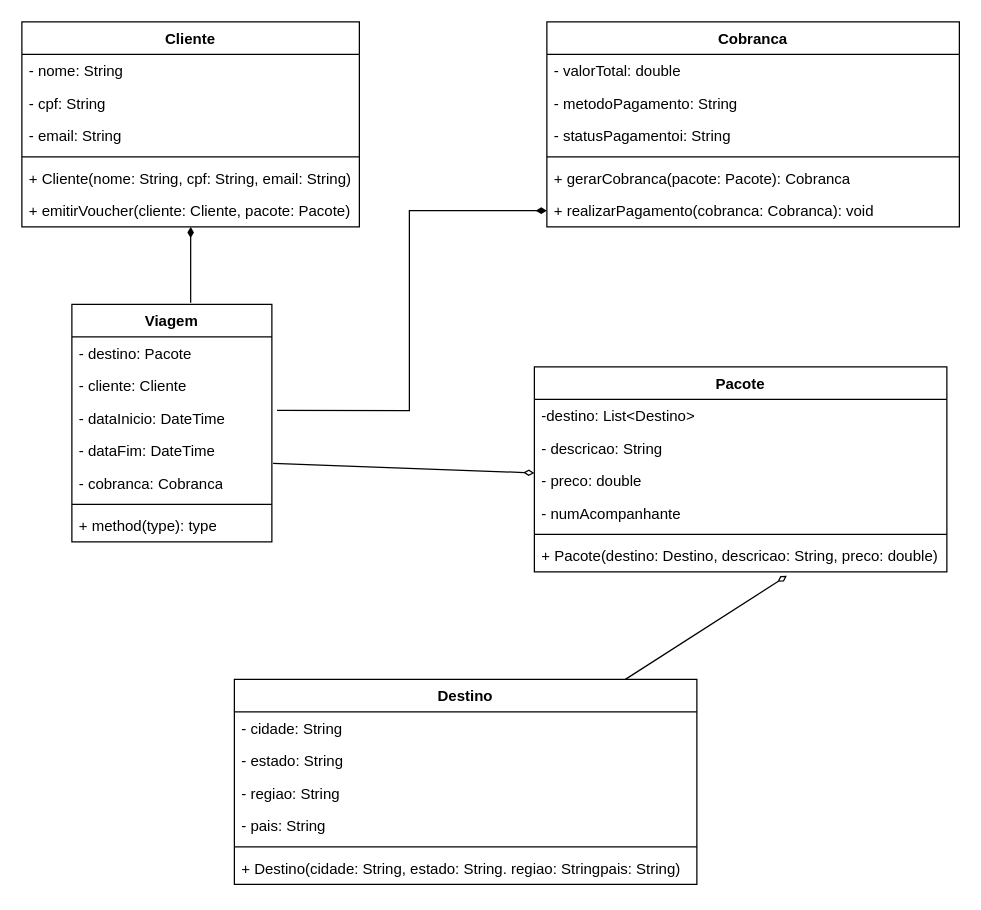
Earlier version of the draw.io diagram diagrams/exe_10_sistema_de_viagem.drawio (jonathanvmelo/-devs2blu). Source tidied: cells renumbered, new cells numbered last; positions are measured from the earlier drawing's top-left corner, leaving out a move shared by most shapes. Both pictures are drawn from the tidied source at 125%, with x=0, y=0 at pixel (21, 21).
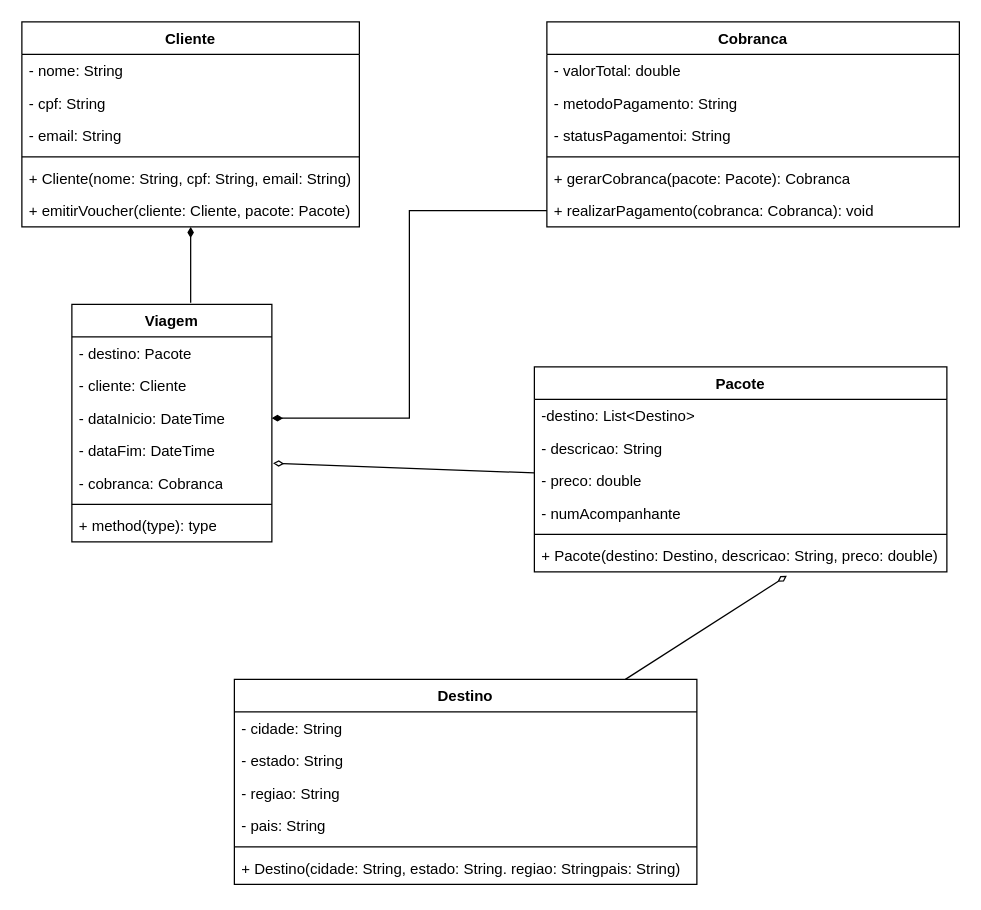
After the change.

The change refers to these unchanged cells:
```xml
<mxCell id="21" value="- preco: double" style="text;strokeColor=none;fillColor=none;align=left;verticalAlign=top;spacingLeft=4;spacingRight=4;overflow=hidden;points=[[0,0.5],[1,0.5]];portConstraint=eastwest;whiteSpace=wrap;html=1;" parent="18" vertex="1">
  <mxGeometry y="78" width="330" height="26" as="geometry" />
</mxCell>
<mxCell id="31" value="+ realizarPagamento(cobranca: Cobranca): void" style="text;strokeColor=none;fillColor=none;align=left;verticalAlign=top;spacingLeft=4;spacingRight=4;overflow=hidden;points=[[0,0.5],[1,0.5]];portConstraint=eastwest;whiteSpace=wrap;html=1;" parent="25" vertex="1">
  <mxGeometry y="138" width="330" height="26" as="geometry" />
</mxCell>
<mxCell id="35" value="- dataInicio: DateTime" style="text;strokeColor=none;fillColor=none;align=left;verticalAlign=top;spacingLeft=4;spacingRight=4;overflow=hidden;points=[[0,0.5],[1,0.5]];portConstraint=eastwest;whiteSpace=wrap;html=1;" parent="32" vertex="1">
  <mxGeometry y="78" width="160" height="26" as="geometry" />
</mxCell>
<mxCell id="36" value="- dataFim: DateTime" style="text;strokeColor=none;fillColor=none;align=left;verticalAlign=top;spacingLeft=4;spacingRight=4;overflow=hidden;points=[[0,0.5],[1,0.5]];portConstraint=eastwest;whiteSpace=wrap;html=1;" parent="32" vertex="1">
  <mxGeometry y="104" width="160" height="26" as="geometry" />
</mxCell>
```

What changed in the source:
```diff
@@
-    <mxCell id="40" style="rounded=0;jettySize=auto;html=1;entryX=1.006;entryY=0.889;entryDx=0;entryDy=0;entryPerimeter=0;endArrow=none;endFill=0;startArrow=diamondThin;startFill=0;" parent="1" edge="1" source="21" target="36">
+    <mxCell id="40" style="rounded=0;jettySize=auto;html=1;entryX=1.006;entryY=0.889;entryDx=0;entryDy=0;entryPerimeter=0;endArrow=diamondThin;endFill=0;startArrow=none;startFill=0;" parent="1" edge="1" source="21" target="36">
       <mxGeometry relative="1" as="geometry" />
     </mxCell>
-    <mxCell id="41" style="edgeStyle=orthogonalEdgeStyle;rounded=0;jettySize=auto;html=1;entryX=1.026;entryY=0.265;entryDx=0;entryDy=0;entryPerimeter=0;endArrow=none;endFill=0;startArrow=diamondThin;startFill=1;" parent="1" edge="1" source="31" target="35">
+    <mxCell id="41" style="edgeStyle=orthogonalEdgeStyle;rounded=0;jettySize=auto;html=1;endArrow=diamondThin;endFill=1;startArrow=none;startFill=0;" parent="1" edge="1" source="31" target="35">
       <mxGeometry relative="1" as="geometry" />
     </mxCell>
```
